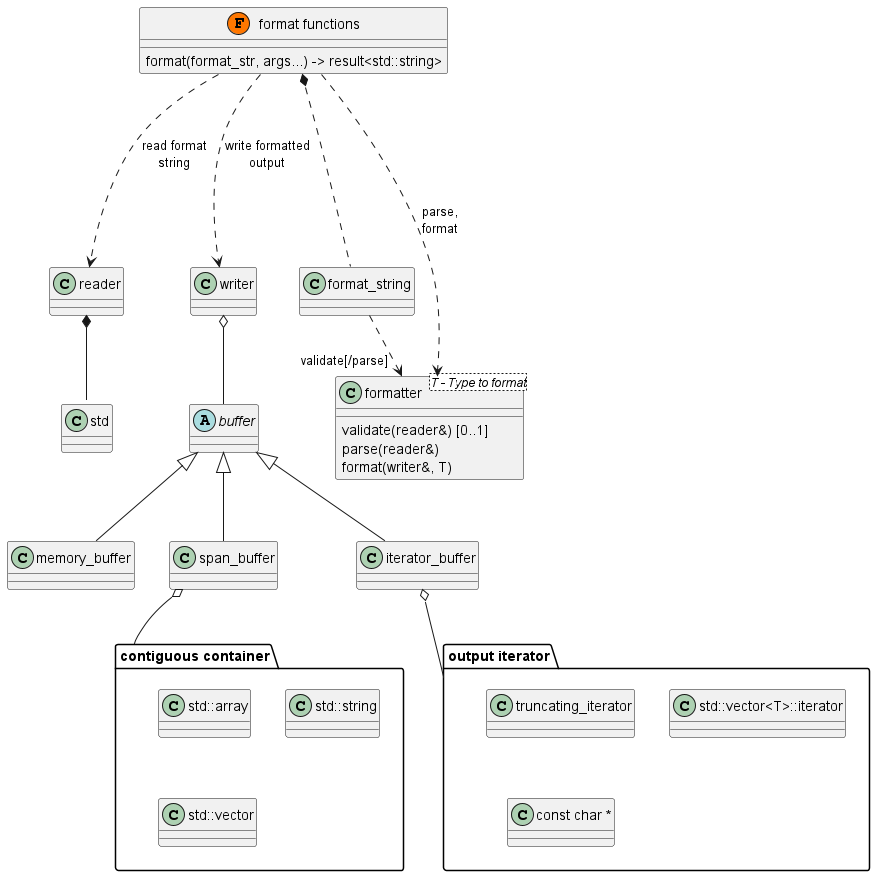
Above: docs/res/class_diagram.png in Viatorus/emio (PlantUML), before the change.
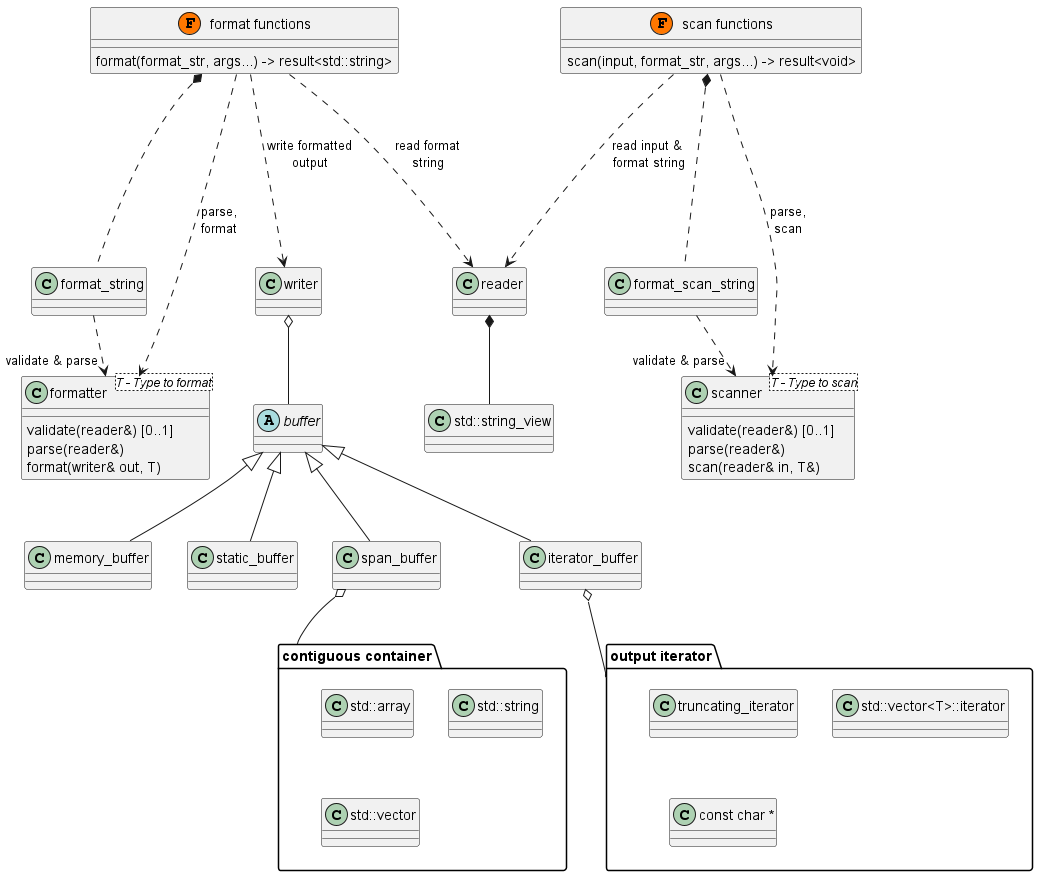
The same diagram one commit later.

What changed in the source:
```diff
@@ -1,19 +1,26 @@
 @startuml
+
+class "scan functions" << (F,#FF7700) >> {
+    scan(input, format_str, args...) -> result<void>
+}
 
 class "format functions" << (F,#FF7700) >> {
     format(format_str, args...) -> result<std::string>
 }
 
 class reader
-reader *-- "std::string_view"
+class "std::string_view" as sv
+reader *-- sv
 
 abstract class buffer
 
 class memory_buffer
+class static_buffer
 class span_buffer
 class iterator_buffer
 
 buffer <|-- iterator_buffer
+buffer <|-- static_buffer
 buffer <|-- span_buffer
 buffer <|-- memory_buffer
 
@@ -41,14 +48,28 @@
 class formatter<T - Type to format> {
     validate(reader&) [0..1]
     parse(reader&)
-    format(writer&, T)
+    format(writer& out, T)
 }
 
-format_string  -.> "validate[/parse] " formatter
+format_string  -.> "validate & parse" formatter
 
 "format functions" *-.- "format_string"
 "format functions" -.-> "writer" : "write formatted\noutput"
 "format functions" -.-> "reader" : read format\nstring
 "format functions" -.-> "formatter" : parse,\nformat
 
+class format_scan_string
+
+class scanner<T - Type to scan> {
+    validate(reader&) [0..1]
+    parse(reader&)
+    scan(reader& in, T&)
+}
+
+format_scan_string   -.> "validate & parse" scanner
+
+"scan functions" *-.- "format_scan_string"
+"scan functions" -.-> "reader" : read input & \nformat string
+"scan functions" -.-> "scanner" : parse,\nscan
+
 @enduml
```
